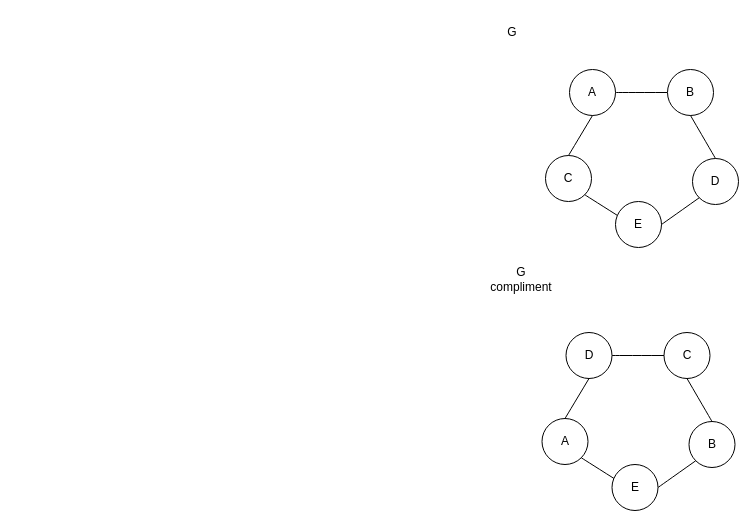
Above: A3.drawio in critschris/COMP-339 (draw.io), before the change. Source tidied: cells renumbered, new cells numbered last; positions are measured from the earlier drawing's top-left corner, leaving out a move shared by most shapes. Both pictures are drawn from the tidied source at 100%, with x=0, y=0 at pixel (482, 17).
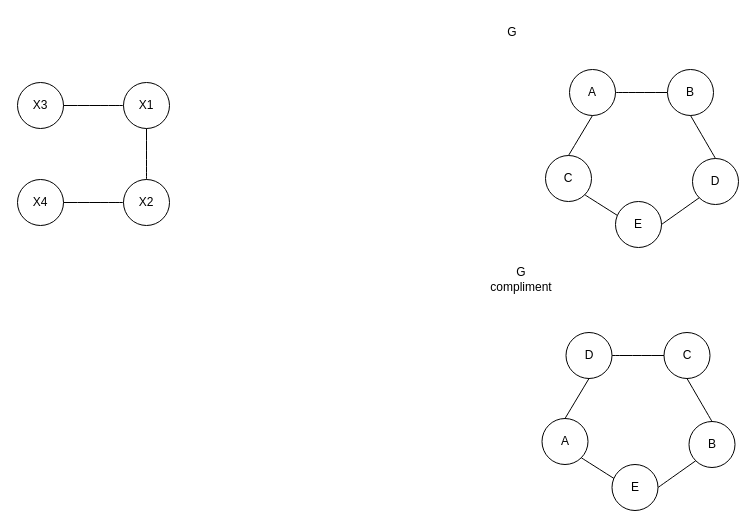
The same diagram, later.

Diff of the diagram source:
```diff
@@
+    <mxCell id="24" value="X1" style="ellipse;whiteSpace=wrap;html=1;" parent="1" vertex="1">
+      <mxGeometry x="-359" y="65" width="46" height="46" as="geometry" />
+    </mxCell>
+    <mxCell id="25" value="X2" style="ellipse;whiteSpace=wrap;html=1;" parent="1" vertex="1">
+      <mxGeometry x="-359" y="162" width="46" height="46" as="geometry" />
+    </mxCell>
+    <mxCell id="26" style="endArrow=none;html=1;rounded=0;fontSize=12;startSize=8;endSize=8;curved=1;entryX=0.5;entryY=1;entryDx=0;entryDy=0;exitX=0.5;exitY=0;exitDx=0;exitDy=0;" parent="1" edge="1" source="25" target="24">
+      <mxGeometry relative="1" as="geometry" />
+    </mxCell>
+    <mxCell id="27" value="X3" style="ellipse;whiteSpace=wrap;html=1;" parent="1" vertex="1">
+      <mxGeometry x="-465" y="65" width="46" height="46" as="geometry" />
+    </mxCell>
+    <mxCell id="28" value="X4" style="ellipse;whiteSpace=wrap;html=1;" parent="1" vertex="1">
+      <mxGeometry x="-465" y="162" width="46" height="46" as="geometry" />
+    </mxCell>
+    <mxCell id="29" style="endArrow=none;html=1;rounded=0;fontSize=12;startSize=8;endSize=8;curved=1;entryX=1;entryY=0.5;entryDx=0;entryDy=0;exitX=0;exitY=0.5;exitDx=0;exitDy=0;" parent="1" edge="1" source="25" target="28">
+      <mxGeometry relative="1" as="geometry" />
+    </mxCell>
+    <mxCell id="30" style="endArrow=none;html=1;rounded=0;fontSize=12;startSize=8;endSize=8;curved=1;entryX=1;entryY=0.5;entryDx=0;entryDy=0;exitX=0;exitY=0.5;exitDx=0;exitDy=0;" parent="1" edge="1" source="24" target="27">
+      <mxGeometry relative="1" as="geometry" />
+    </mxCell>
```
